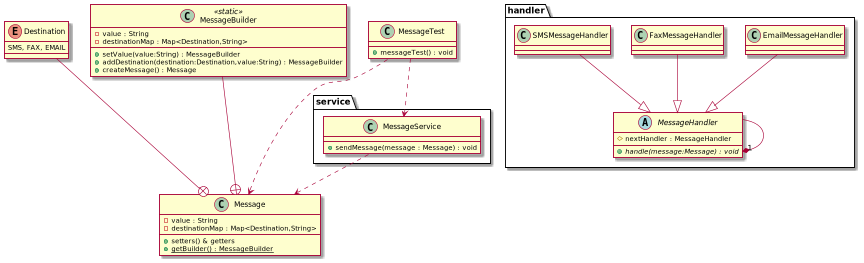
Before: src/main/java/com/rezahdrm/behavioral/chainofresponsibility/chainOfResponsibilityUML.png, a diagram exported from PlantUML (reza-hdrm/DesignPatterns). The source it was exported from:
```plantuml
@startuml
package handler {
    abstract class MessageHandler {
        # nextHandler : MessageHandler
        + {abstract}  handle(message:Message) : void
    }

    class EmailMessageHandler
    class FaxMessageHandler
    class SMSMessageHandler

    MessageHandler --*"1" MessageHandler
    EmailMessageHandler --|> MessageHandler
    FaxMessageHandler --|> MessageHandler
    SMSMessageHandler --|> MessageHandler
}

package service {
    class MessageService {
        + sendMessage(message : Message) : void
    }
}

class Message{
    - value : String
    - destinationMap : Map<Destination,String>
    + setters() & getters
    + {static}getBuilder() : MessageBuilder

}

enum Destination {
        SMS, FAX, EMAIL
}

class MessageBuilder <<static>> {
    - value : String
    - destinationMap : Map<Destination,String>
    + setValue(value:String) : MessageBuilder
    + addDestination(destination:Destination,value:String) : MessageBuilder
    + createMessage() : Message
}

class MessageTest {
    + messageTest() : void
}

MessageService ..> Message
Destination ---+ Message
MessageBuilder ---+ Message
MessageTest ..> Message
MessageTest ..> MessageService
@enduml
```
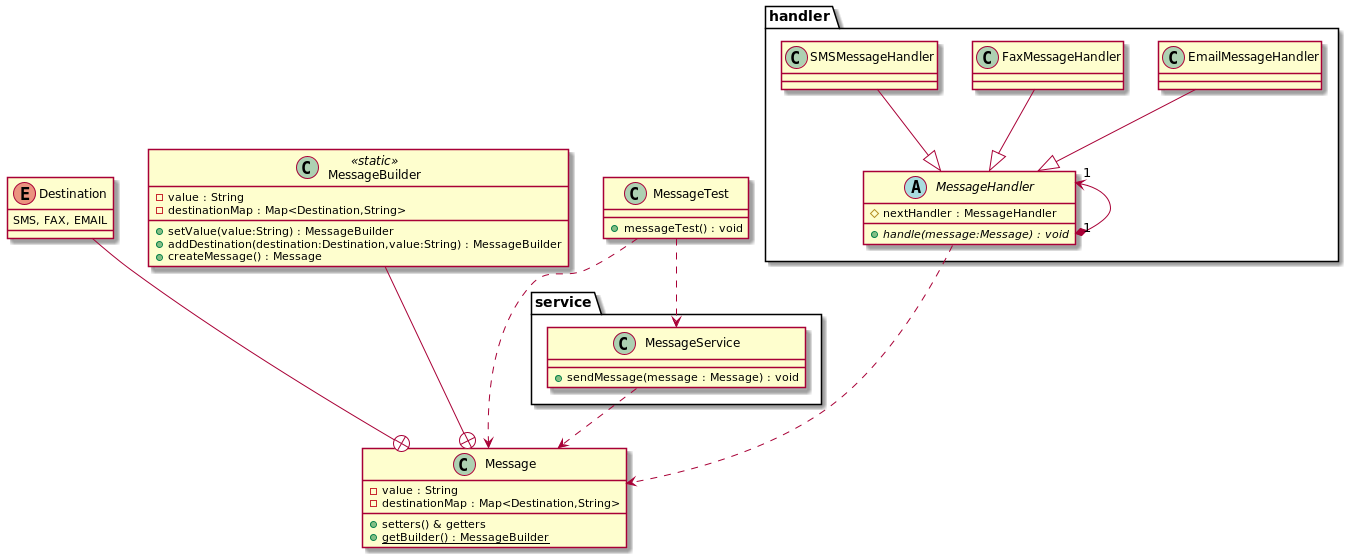
The same diagram one commit later.

Change to the diagram source:
```diff
@@ -9,7 +9,7 @@
     class FaxMessageHandler
     class SMSMessageHandler
 
-    MessageHandler --*"1" MessageHandler
+    MessageHandler "1"<--*"1" MessageHandler
     EmailMessageHandler --|> MessageHandler
     FaxMessageHandler --|> MessageHandler
     SMSMessageHandler --|> MessageHandler
@@ -50,4 +50,5 @@
 MessageBuilder ---+ Message
 MessageTest ..> Message
 MessageTest ..> MessageService
+MessageHandler ...> Message
 @enduml
```
